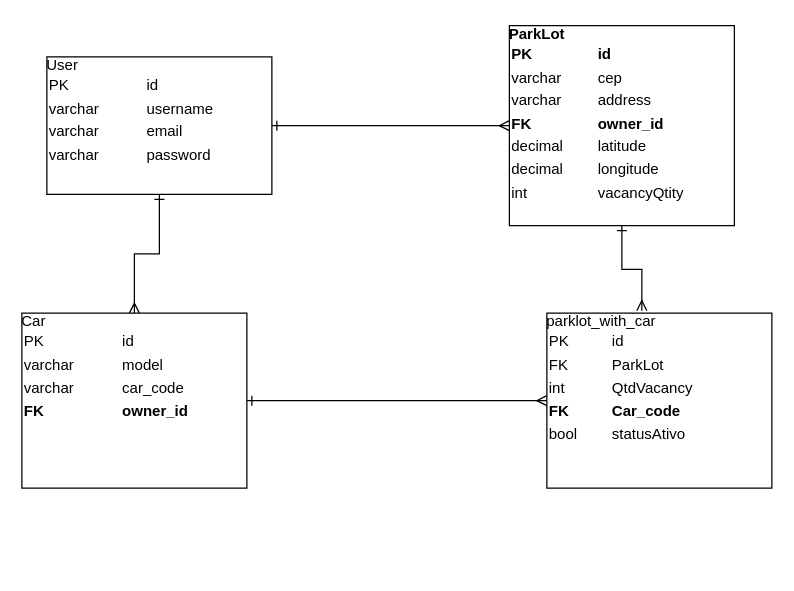
The draw.io diagram database-uml.drawio in andrecrjr/Parkin-Core, before the edit. Source tidied: cells renumbered, new cells numbered last; positions are measured from the earlier drawing's top-left corner, leaving out a move shared by most shapes. Both pictures are drawn from the tidied source at 125%, with x=0, y=0 at pixel (21, 25).
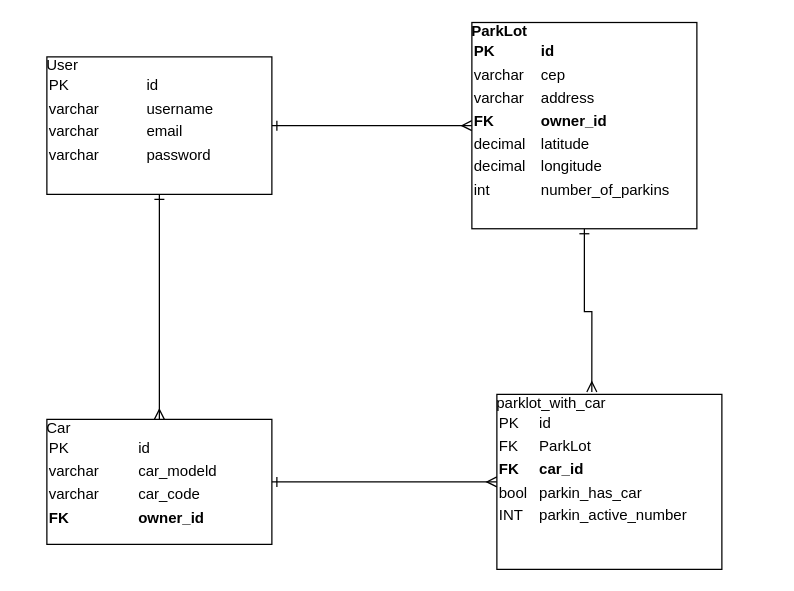
The same diagram, later.

Diff of the diagram source:
```diff
@@
 <mxGraphModel>
   <root>
     <mxCell id="0" />
     <mxCell id="1" parent="0" />
-    <mxCell id="2" style="edgeStyle=orthogonalEdgeStyle;rounded=0;jettySize=auto;html=1;endArrow=ERmany;endFill=0;startArrow=ERone;startFill=0;" parent="1" edge="1" source="4" target="6">
-      <mxGeometry relative="1" as="geometry" />
-    </mxCell>
-    <mxCell id="3" style="edgeStyle=orthogonalEdgeStyle;rounded=0;jettySize=auto;html=1;startArrow=ERone;startFill=0;endArrow=ERmany;endFill=0;" parent="1" edge="1" source="4" target="8">
-      <mxGeometry relative="1" as="geometry" />
-    </mxCell>
+    <mxCell id="10" style="edgeStyle=orthogonalEdgeStyle;rounded=0;jettySize=auto;html=1;endArrow=ERmany;endFill=0;startArrow=ERone;startFill=0;" parent="1" edge="1" source="4" target="13">
+      <mxGeometry relative="1" as="geometry" />
+    </mxCell>
+    <mxCell id="11" style="edgeStyle=orthogonalEdgeStyle;rounded=0;jettySize=auto;html=1;startArrow=ERone;startFill=0;endArrow=ERmany;endFill=0;" parent="1" edge="1" source="4" target="15">
+      <mxGeometry relative="1" as="geometry" />
+    </mxCell>
     <mxCell id="4" value="User&lt;table style=&quot;width: 100% ; font-size: 1em&quot; cellspacing=&quot;0&quot; cellpadding=&quot;2&quot;&gt;&lt;tbody&gt;&lt;tr&gt;&lt;td&gt;PK&lt;/td&gt;&lt;td&gt;id&lt;/td&gt;&lt;/tr&gt;&lt;tr&gt;&lt;td&gt;varchar&lt;br&gt;&lt;/td&gt;&lt;td&gt;username&lt;/td&gt;&lt;/tr&gt;&lt;tr&gt;&lt;td&gt;varchar&lt;br&gt;&lt;/td&gt;&lt;td&gt;email&lt;br&gt;&lt;/td&gt;&lt;/tr&gt;&lt;tr&gt;&lt;td&gt;varchar&lt;br&gt;&lt;/td&gt;&lt;td&gt;password&lt;br&gt;&lt;/td&gt;&lt;/tr&gt;&lt;tr&gt;&lt;td&gt;&lt;br&gt;&lt;/td&gt;&lt;td&gt;&lt;br&gt;&lt;/td&gt;&lt;/tr&gt;&lt;/tbody&gt;&lt;/table&gt;" style="verticalAlign=top;align=left;overflow=fill;html=1;" parent="1" vertex="1">
       <mxGeometry x="20" y="25" width="180" height="110" as="geometry" />
     </mxCell>
-    <mxCell id="5" style="edgeStyle=orthogonalEdgeStyle;rounded=0;jettySize=auto;html=1;entryX=0.422;entryY=-0.014;entryDx=0;entryDy=0;entryPerimeter=0;startArrow=ERone;startFill=0;endArrow=ERmany;endFill=0;" parent="1" edge="1" source="6" target="9">
-      <mxGeometry relative="1" as="geometry" />
-    </mxCell>
-    <mxCell id="6" value="&lt;div&gt;&lt;b&gt;ParkLot&lt;/b&gt;&lt;/div&gt;&lt;table style=&quot;width: 100% ; font-size: 1em&quot; cellspacing=&quot;0&quot; cellpadding=&quot;2&quot;&gt;&lt;tbody&gt;&lt;tr&gt;&lt;td&gt;&lt;b&gt;PK&lt;/b&gt;&lt;/td&gt;&lt;td&gt;&lt;b&gt;id&lt;/b&gt;&lt;/td&gt;&lt;/tr&gt;&lt;tr&gt;&lt;td&gt;varchar&lt;br&gt;&lt;/td&gt;&lt;td&gt;cep&lt;/td&gt;&lt;/tr&gt;&lt;tr&gt;&lt;td&gt;varchar&lt;br&gt;&lt;/td&gt;&lt;td&gt;address&lt;br&gt;&lt;/td&gt;&lt;/tr&gt;&lt;tr&gt;&lt;td&gt;&lt;b&gt;FK&lt;/b&gt;&lt;br&gt;&lt;/td&gt;&lt;td&gt;&lt;b&gt;owner_id&lt;br&gt;&lt;/b&gt;&lt;/td&gt;&lt;/tr&gt;&lt;tr&gt;&lt;td&gt;decimal&lt;br&gt;&lt;/td&gt;&lt;td&gt;latitude&lt;br&gt;&lt;/td&gt;&lt;/tr&gt;&lt;tr&gt;&lt;td&gt;decimal&lt;br&gt;&lt;/td&gt;&lt;td&gt;longitude&lt;br&gt;&lt;/td&gt;&lt;/tr&gt;&lt;tr&gt;&lt;td&gt;int&lt;/td&gt;&lt;td&gt;vacancyQtity&lt;br&gt;&lt;/td&gt;&lt;/tr&gt;&lt;/tbody&gt;&lt;/table&gt;" style="verticalAlign=top;align=left;overflow=fill;html=1;" parent="1" vertex="1">
-      <mxGeometry x="390" width="180" height="160" as="geometry" />
-    </mxCell>
-    <mxCell id="7" style="edgeStyle=orthogonalEdgeStyle;rounded=0;jettySize=auto;html=1;startArrow=ERone;startFill=0;endArrow=ERmany;endFill=0;" parent="1" edge="1" source="8" target="9">
-      <mxGeometry relative="1" as="geometry" />
-    </mxCell>
-    <mxCell id="8" value="Car&lt;table style=&quot;width: 100% ; font-size: 1em&quot; cellspacing=&quot;0&quot; cellpadding=&quot;2&quot;&gt;&lt;tbody&gt;&lt;tr&gt;&lt;td&gt;PK&lt;/td&gt;&lt;td&gt;id&lt;/td&gt;&lt;/tr&gt;&lt;tr&gt;&lt;td&gt;varchar&lt;br&gt;&lt;/td&gt;&lt;td&gt;model&lt;/td&gt;&lt;/tr&gt;&lt;tr&gt;&lt;td&gt;varchar&lt;br&gt;&lt;/td&gt;&lt;td&gt;car_code&lt;br&gt;&lt;/td&gt;&lt;/tr&gt;&lt;tr&gt;&lt;td&gt;&lt;b&gt;FK&lt;br&gt;&lt;/b&gt;&lt;/td&gt;&lt;td&gt;&lt;b&gt;owner_id&lt;br&gt;&lt;/b&gt;&lt;/td&gt;&lt;/tr&gt;&lt;/tbody&gt;&lt;/table&gt;" style="verticalAlign=top;align=left;overflow=fill;html=1;" parent="1" vertex="1">
-      <mxGeometry y="230" width="180" height="140" as="geometry" />
-    </mxCell>
-    <mxCell id="9" value="parklot_with_car&lt;table style=&quot;width: 100% ; font-size: 1em&quot; cellspacing=&quot;0&quot; cellpadding=&quot;2&quot;&gt;&lt;tbody&gt;&lt;tr&gt;&lt;td&gt;PK&lt;/td&gt;&lt;td&gt;id&lt;/td&gt;&lt;/tr&gt;&lt;tr&gt;&lt;td&gt;FK&lt;br&gt;&lt;/td&gt;&lt;td&gt;ParkLot&lt;/td&gt;&lt;/tr&gt;&lt;tr&gt;&lt;td&gt;int&lt;br&gt;&lt;/td&gt;&lt;td&gt;QtdVacancy&lt;br&gt;&lt;/td&gt;&lt;/tr&gt;&lt;tr&gt;&lt;td&gt;&lt;b&gt;FK&lt;br&gt;&lt;/b&gt;&lt;/td&gt;&lt;td&gt;&lt;b&gt;Car_code&lt;br&gt;&lt;/b&gt;&lt;/td&gt;&lt;/tr&gt;&lt;tr&gt;&lt;td&gt;bool&lt;br&gt;&lt;/td&gt;&lt;td&gt;statusAtivo&lt;br&gt;&lt;/td&gt;&lt;/tr&gt;&lt;/tbody&gt;&lt;/table&gt;" style="verticalAlign=top;align=left;overflow=fill;html=1;" parent="1" vertex="1">
-      <mxGeometry x="420" y="230" width="180" height="140" as="geometry" />
-    </mxCell>
+    <mxCell id="12" style="edgeStyle=orthogonalEdgeStyle;rounded=0;jettySize=auto;html=1;entryX=0.422;entryY=-0.014;entryDx=0;entryDy=0;entryPerimeter=0;startArrow=ERone;startFill=0;endArrow=ERmany;endFill=0;" parent="1" edge="1" source="13" target="16">
+      <mxGeometry relative="1" as="geometry" />
+    </mxCell>
+    <mxCell id="13" value="&lt;div&gt;&lt;b&gt;ParkLot&lt;/b&gt;&lt;/div&gt;&lt;table style=&quot;width: 100% ; font-size: 1em&quot; cellspacing=&quot;0&quot; cellpadding=&quot;2&quot;&gt;&lt;tbody&gt;&lt;tr&gt;&lt;td&gt;&lt;b&gt;PK&lt;/b&gt;&lt;/td&gt;&lt;td&gt;&lt;b&gt;id&lt;/b&gt;&lt;/td&gt;&lt;/tr&gt;&lt;tr&gt;&lt;td&gt;varchar&lt;br&gt;&lt;/td&gt;&lt;td&gt;cep&lt;/td&gt;&lt;/tr&gt;&lt;tr&gt;&lt;td&gt;varchar&lt;br&gt;&lt;/td&gt;&lt;td&gt;address&lt;br&gt;&lt;/td&gt;&lt;/tr&gt;&lt;tr&gt;&lt;td&gt;&lt;b&gt;FK&lt;/b&gt;&lt;br&gt;&lt;/td&gt;&lt;td&gt;&lt;b&gt;owner_id&lt;br&gt;&lt;/b&gt;&lt;/td&gt;&lt;/tr&gt;&lt;tr&gt;&lt;td&gt;decimal&lt;br&gt;&lt;/td&gt;&lt;td&gt;latitude&lt;br&gt;&lt;/td&gt;&lt;/tr&gt;&lt;tr&gt;&lt;td&gt;decimal&lt;br&gt;&lt;/td&gt;&lt;td&gt;longitude&lt;br&gt;&lt;/td&gt;&lt;/tr&gt;&lt;tr&gt;&lt;td&gt;int&lt;/td&gt;&lt;td&gt;number_of_parkins&lt;br&gt;&lt;/td&gt;&lt;/tr&gt;&lt;/tbody&gt;&lt;/table&gt;" style="verticalAlign=top;align=left;overflow=fill;html=1;" parent="1" vertex="1">
+      <mxGeometry x="360" y="-2.5" width="180" height="165" as="geometry" />
+    </mxCell>
+    <mxCell id="14" style="edgeStyle=orthogonalEdgeStyle;rounded=0;jettySize=auto;html=1;startArrow=ERone;startFill=0;endArrow=ERmany;endFill=0;" parent="1" edge="1" source="15" target="16">
+      <mxGeometry relative="1" as="geometry" />
+    </mxCell>
+    <mxCell id="15" value="Car&lt;table style=&quot;width: 100% ; font-size: 1em&quot; cellspacing=&quot;0&quot; cellpadding=&quot;2&quot;&gt;&lt;tbody&gt;&lt;tr&gt;&lt;td&gt;PK&lt;/td&gt;&lt;td&gt;id&lt;/td&gt;&lt;/tr&gt;&lt;tr&gt;&lt;td&gt;varchar&lt;br&gt;&lt;/td&gt;&lt;td&gt;car_modeld &lt;br&gt;&lt;/td&gt;&lt;/tr&gt;&lt;tr&gt;&lt;td&gt;varchar&lt;br&gt;&lt;/td&gt;&lt;td&gt;car_code&lt;br&gt;&lt;/td&gt;&lt;/tr&gt;&lt;tr&gt;&lt;td&gt;&lt;b&gt;FK&lt;br&gt;&lt;/b&gt;&lt;/td&gt;&lt;td&gt;&lt;b&gt;owner_id&lt;br&gt;&lt;/b&gt;&lt;/td&gt;&lt;/tr&gt;&lt;tr&gt;&lt;td&gt;&lt;br&gt;&lt;/td&gt;&lt;td&gt;&lt;br&gt;&lt;/td&gt;&lt;/tr&gt;&lt;/tbody&gt;&lt;/table&gt;" style="verticalAlign=top;align=left;overflow=fill;html=1;" parent="1" vertex="1">
+      <mxGeometry x="20" y="315" width="180" height="100" as="geometry" />
+    </mxCell>
+    <mxCell id="16" value="parklot_with_car&lt;table style=&quot;width: 100% ; font-size: 1em&quot; cellspacing=&quot;0&quot; cellpadding=&quot;2&quot;&gt;&lt;tbody&gt;&lt;tr&gt;&lt;td&gt;PK&lt;/td&gt;&lt;td&gt;id&lt;/td&gt;&lt;/tr&gt;&lt;tr&gt;&lt;td&gt;FK&lt;br&gt;&lt;/td&gt;&lt;td&gt;ParkLot&lt;/td&gt;&lt;/tr&gt;&lt;tr&gt;&lt;td&gt;&lt;b&gt;FK&lt;br&gt;&lt;/b&gt;&lt;/td&gt;&lt;td&gt;&lt;b&gt;car_id&lt;br&gt;&lt;/b&gt;&lt;/td&gt;&lt;/tr&gt;&lt;tr&gt;&lt;td&gt;bool&lt;br&gt;&lt;/td&gt;&lt;td&gt;parkin_has_car&lt;br&gt;&lt;/td&gt;&lt;/tr&gt;&lt;tr&gt;&lt;td&gt;INT&lt;br&gt;&lt;/td&gt;&lt;td&gt;parkin_active_number&lt;br&gt;&lt;/td&gt;&lt;/tr&gt;&lt;/tbody&gt;&lt;/table&gt;" style="verticalAlign=top;align=left;overflow=fill;html=1;" parent="1" vertex="1">
+      <mxGeometry x="380" y="295" width="180" height="140" as="geometry" />
+    </mxCell>
   </root>
 </mxGraphModel>
```
